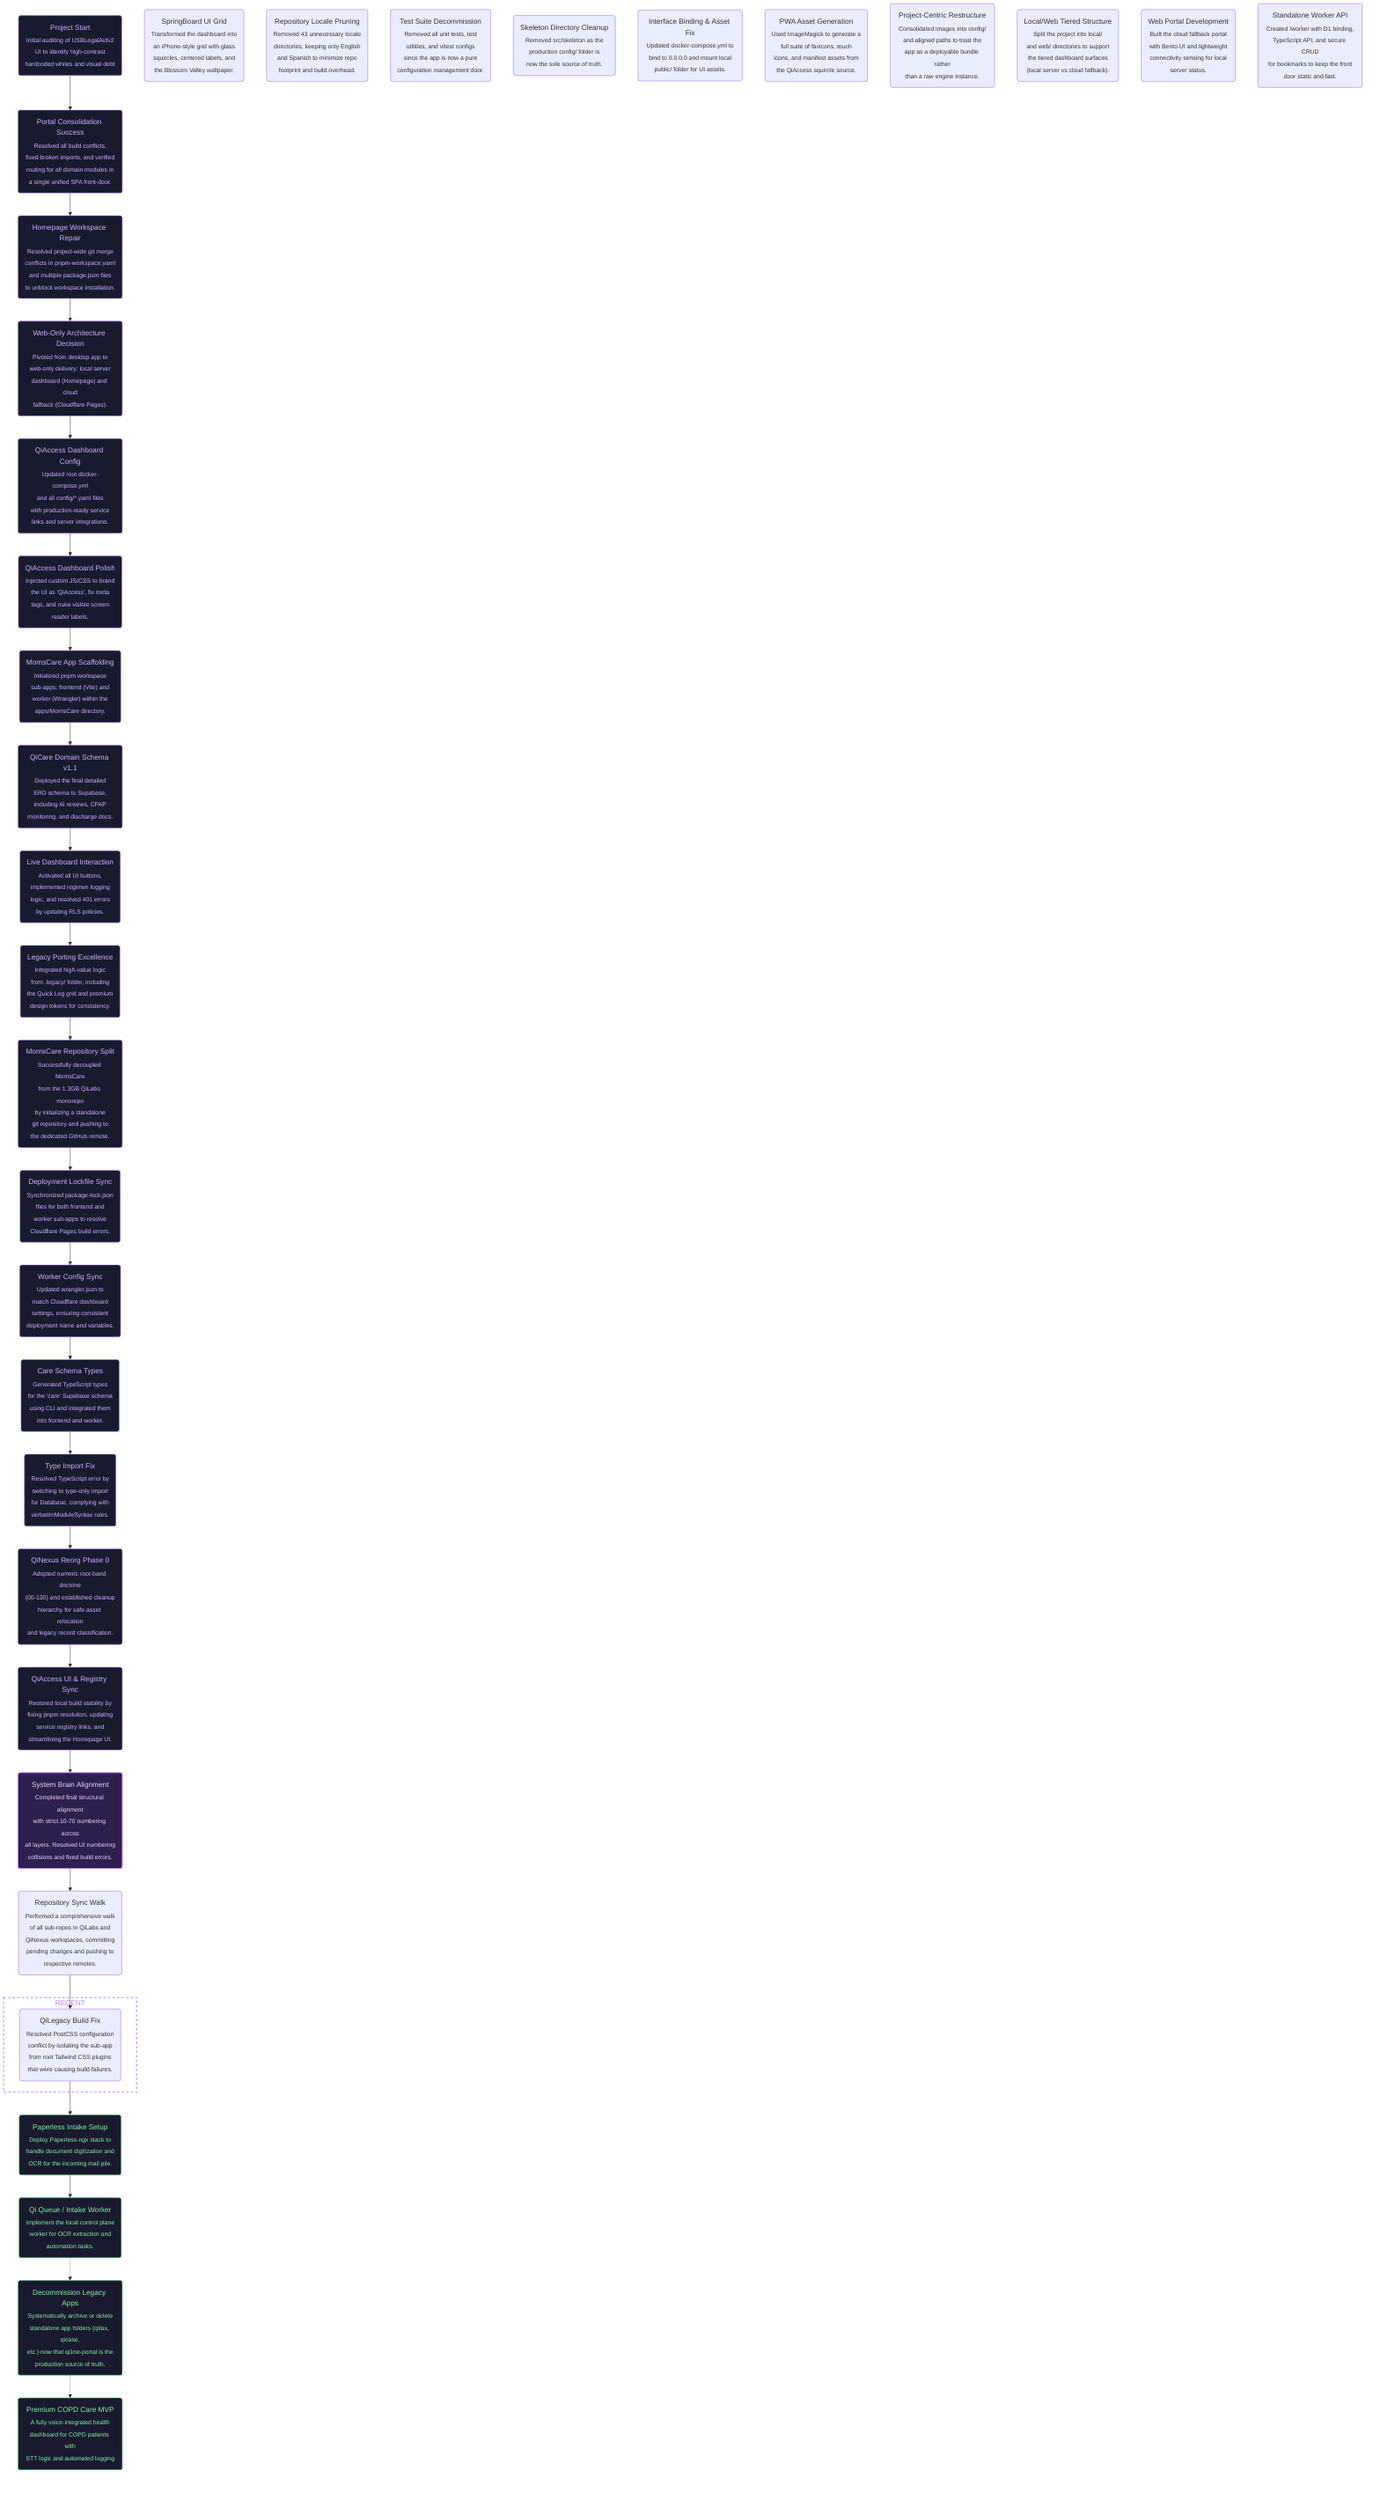
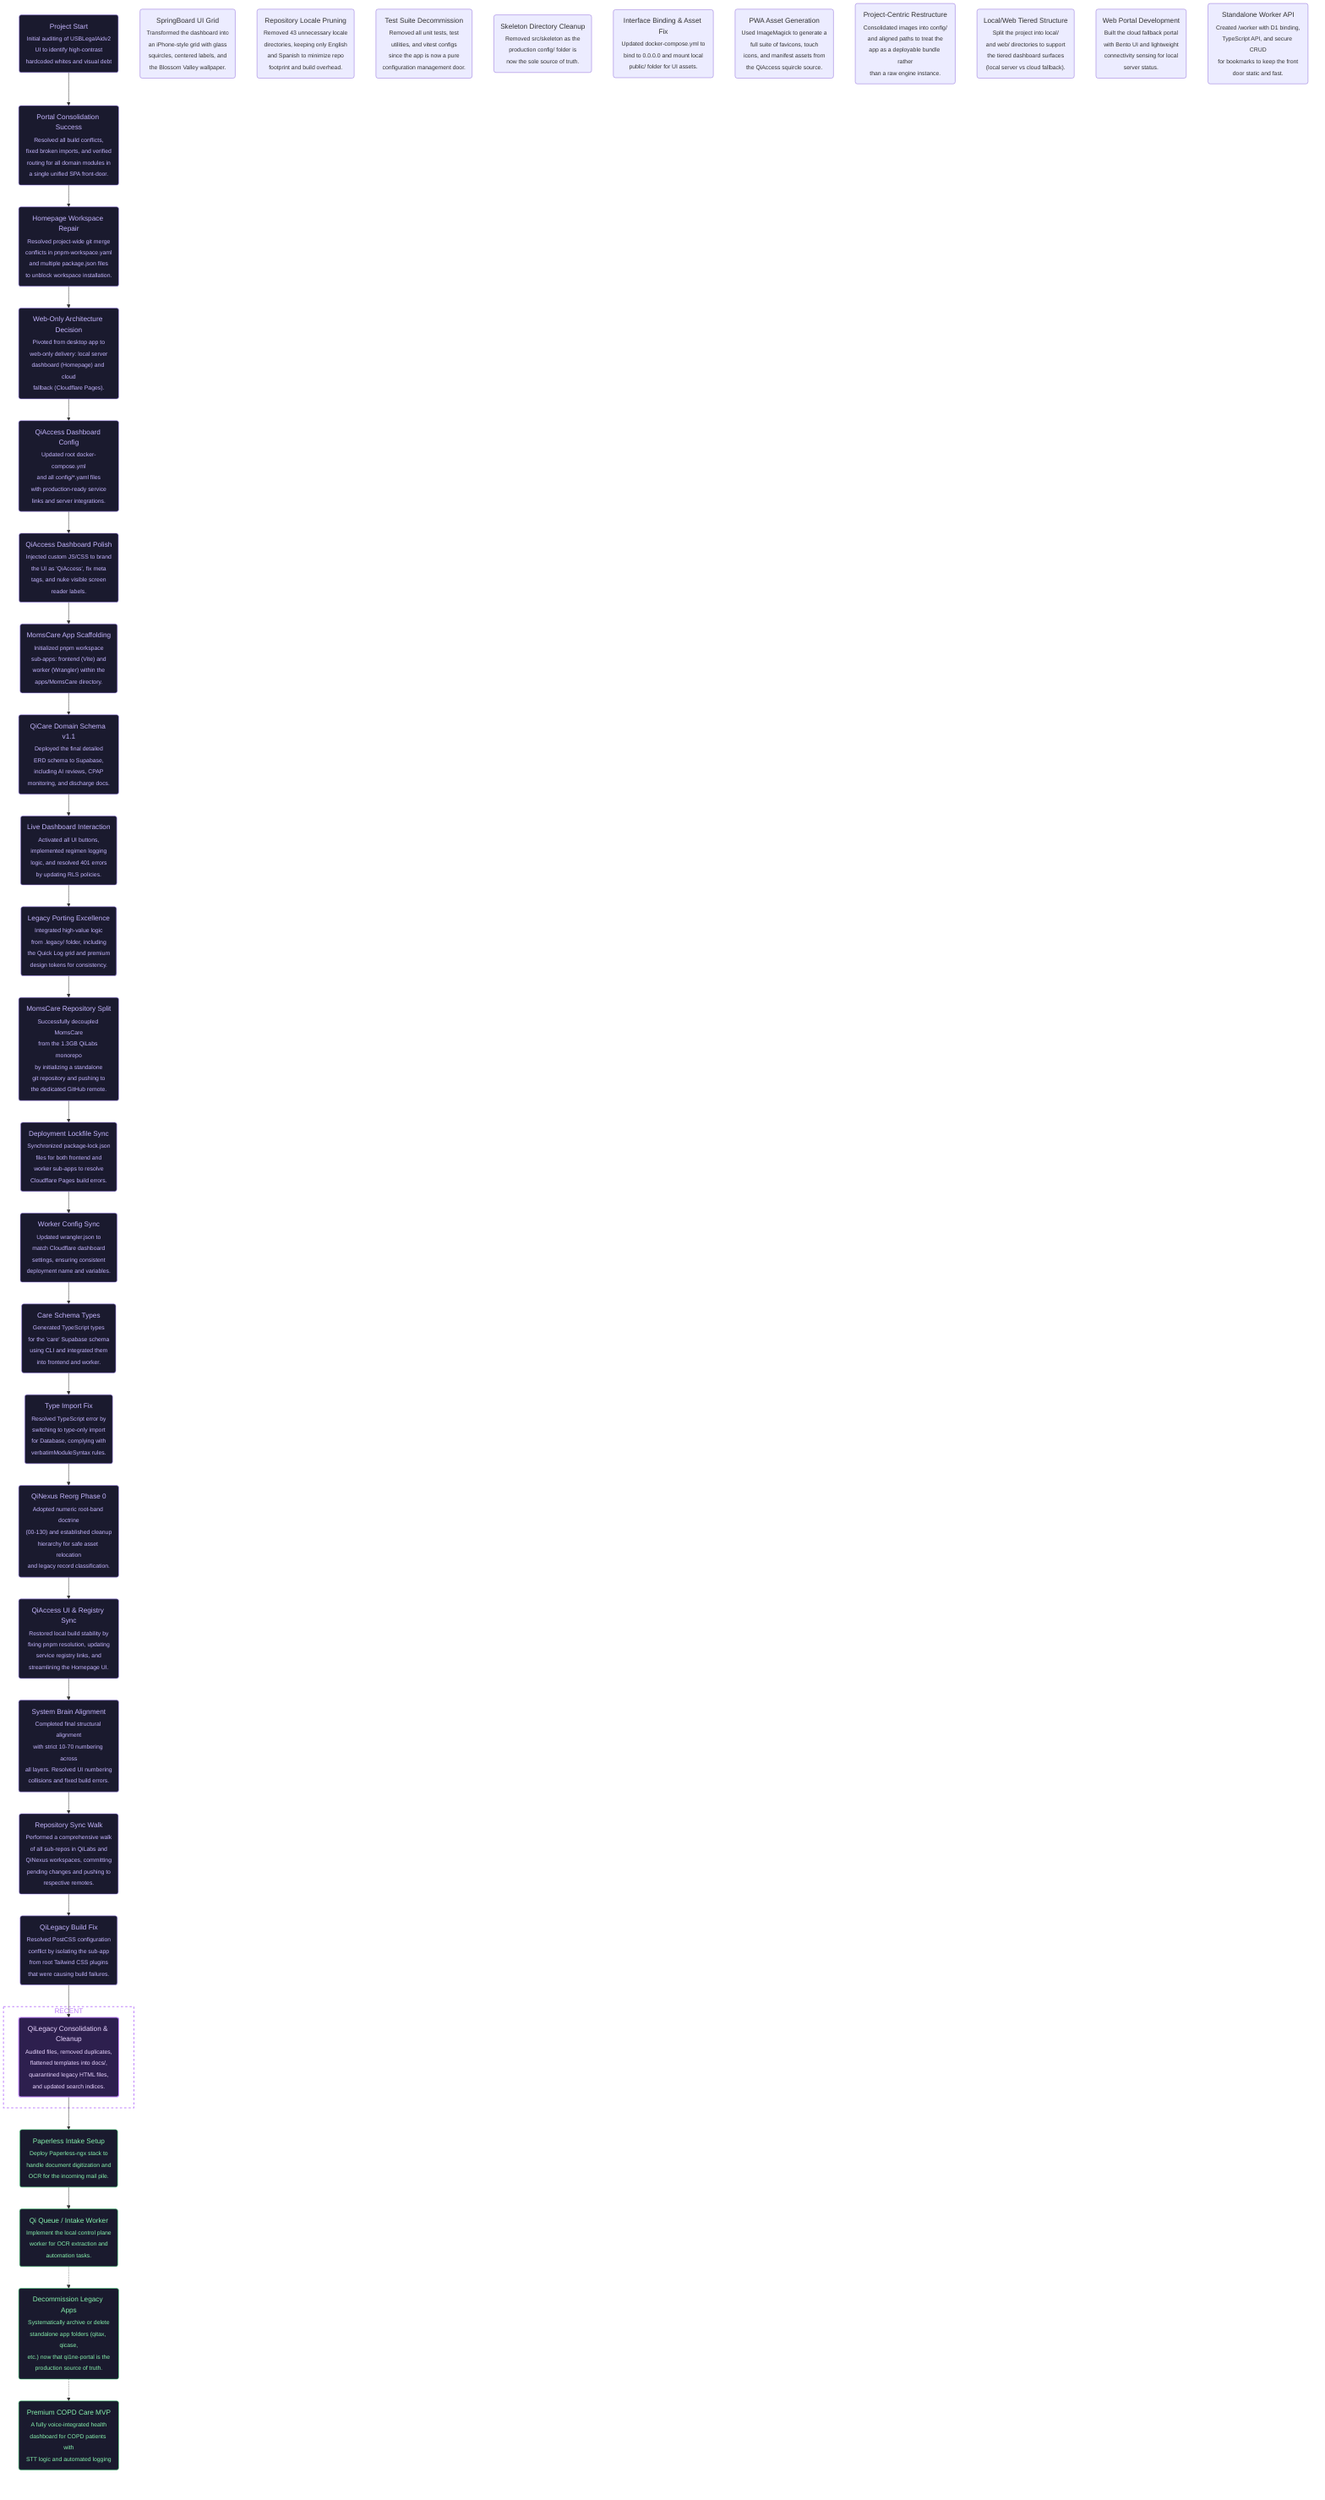
flowchart TD
    %% === PROJECT GOALS ===
    %% Ultimate Goal: Premium Glassmorphic COPD Care MVP (QiHome / Mom Care)
    %% Current Goal: MomsCare MVP Development (Today Screen + Schema)

    %% === START ===
    %% @project_start [start, closed, 2026-04-04, nam]
    project_start("Project Start<br/><sub>Initial auditing of USBLegalAidv2<br/>UI to identify high-contrast<br/>hardcoded whites and visual debt</sub>")

    %% @ultimate_goal [end, opened, 2026-04-09, nam]
    ultimate_goal("Premium COPD Care MVP<br/><sub>A fully voice-integrated health<br/>dashboard for COPD patients with<br/>STT logic and automated logging</sub>")

    %% === COMPLETED WORK ===
    %% @consolidation_success [ai-task, closed, 2026-04-19, nam]
    consolidation_success("Portal Consolidation Success<br/><sub>Resolved all build conflicts,<br/>fixed broken imports, and verified<br/>routing for all domain modules in<br/>a single unified SPA front-door.</sub>")

    %% @homepage_setup [ai-task, closed, 2026-04-21, nam]
    homepage_setup("Homepage Workspace Repair<br/><sub>Resolved project-wide git merge<br/>conflicts in pnpm-workspace.yaml<br/>and multiple package.json files<br/>to unblock workspace installation.</sub>")

    %% @web_only_decision [human-task, closed, 2026-04-21, user]
    web_only_decision("Web-Only Architecture Decision<br/><sub>Pivoted from desktop app to<br/>web-only delivery: local server<br/>dashboard (Homepage) and cloud<br/>fallback (Cloudflare Pages).</sub>")

    %% @homepage_config [ai-task, closed, 2026-04-21, nam]
    homepage_config("QiAccess Dashboard Config<br/><sub>Updated root docker-compose.yml<br/>and all config/*.yaml files<br/>with production-ready service<br/>links and server integrations.</sub>")

    %% @homepage_polish [ai-task, closed, 2026-04-21, nam]
    homepage_polish("QiAccess Dashboard Polish<br/><sub>Injected custom JS/CSS to brand<br/>the UI as 'QiAccess', fix meta<br/>tags, and nuke visible screen<br/>reader labels.</sub>")

    %% @springboard_ui [ai-task, closed, 2026-04-21, nam]
    springboard_ui("SpringBoard UI Grid<br/><sub>Transformed the dashboard into<br/>an iPhone-style grid with glass<br/>squircles, centered labels, and<br/>the Blossom Valley wallpaper.</sub>")

    %% @repo_pruning [ai-task, closed, 2026-04-21, nam]
    repo_pruning("Repository Locale Pruning<br/><sub>Removed 43 unnecessary locale<br/>directories, keeping only English<br/>and Spanish to minimize repo<br/>footprint and build overhead.</sub>")

    %% @test_pruning [ai-task, closed, 2026-04-21, nam]
    test_pruning("Test Suite Decommission<br/><sub>Removed all unit tests, test<br/>utilities, and vitest configs<br/>since the app is now a pure<br/>configuration management door.</sub>")

    %% @skeleton_removal [ai-task, closed, 2026-04-21, nam]
    skeleton_removal("Skeleton Directory Cleanup<br/><sub>Removed src/skeleton as the<br/>production config/ folder is<br/>now the sole source of truth.</sub>")

    %% @compose_v3_fix [ai-task, closed, 2026-04-21, nam]
    compose_v3_fix("Interface Binding & Asset Fix<br/><sub>Updated docker-compose.yml to<br/>bind to 0.0.0.0 and mount local<br/>public/ folder for UI assets.</sub>")

    %% @pwa_asset_generation [ai-task, closed, 2026-04-21, nam]
    pwa_asset_generation("PWA Asset Generation<br/><sub>Used ImageMagick to generate a<br/>full suite of favicons, touch<br/>icons, and manifest assets from<br/>the QiAccess squircle source.</sub>")

    %% @project_centric_restructure [ai-task, closed, 2026-04-21, nam]
    project_centric_restructure("Project-Centric Restructure<br/><sub>Consolidated images into config/<br/>and aligned paths to treat the<br/>app as a deployable bundle rather<br/>than a raw engine instance.</sub>")

    %% @local_web_split [ai-task, closed, 2026-04-21, nam]
    local_web_split("Local/Web Tiered Structure<br/><sub>Split the project into local/<br/>and web/ directories to support<br/>the tiered dashboard surfaces<br/>(local server vs cloud fallback).</sub>")

    %% @web_portal_dev [ai-task, closed, 2026-04-21, nam]
    web_portal_dev("Web Portal Development<br/><sub>Built the cloud fallback portal<br/>with Bento UI and lightweight<br/>connectivity sensing for local<br/>server status.</sub>")

    %% @worker_api_dev [ai-task, closed, 2026-04-21, nam]
    worker_api_dev("Standalone Worker API<br/><sub>Created /worker with D1 binding,<br/>TypeScript API, and secure CRUD<br/>for bookmarks to keep the front<br/>door static and fast.</sub>")

    %% === COMPLETED WORK ===
    %% @moms_care_scaffold [ai-task, closed, 2026-04-21, nam]
    moms_care_scaffold("MomsCare App Scaffolding<br/><sub>Initialized pnpm workspace<br/>sub-apps: frontend (Vite) and<br/>worker (Wrangler) within the<br/>apps/MomsCare directory.</sub>")

    %% @moms_care_schema [ai-task, closed, 2026-04-21, nam]
    moms_care_schema("QiCare Domain Schema v1.1<br/><sub>Deployed the final detailed<br/>ERD schema to Supabase,<br/>including AI reviews, CPAP<br/>monitoring, and discharge docs.</sub>")

    %% @live_dashboard_interaction [ai-task, closed, 2026-04-21, nam]
    live_dashboard_interaction("Live Dashboard Interaction<br/><sub>Activated all UI buttons,<br/>implemented regimen logging<br/>logic, and resolved 401 errors<br/>by updating RLS policies.</sub>")

    %% @legacy_port [ai-task, closed, 2026-04-21, nam]
    legacy_port("Legacy Porting Excellence<br/><sub>Integrated high-value logic<br/>from .legacy/ folder, including<br/>the Quick Log grid and premium<br/>design tokens for consistency.</sub>")

    %% @momscare_repo_split [ai-task, closed, 2026-04-21, nam]
    momscare_repo_split("MomsCare Repository Split<br/><sub>Successfully decoupled MomsCare<br/>from the 1.3GB QiLabs monorepo<br/>by initializing a standalone<br/>git repository and pushing to<br/>the dedicated GitHub remote.</sub>")

    %% @deployment_lockfile_fix [ai-task, closed, 2026-04-21, nam]
    deployment_lockfile_fix("Deployment Lockfile Sync<br/><sub>Synchronized package-lock.json<br/>files for both frontend and<br/>worker sub-apps to resolve<br/>Cloudflare Pages build errors.</sub>")

    %% @worker_config_sync [ai-task, closed, 2026-04-21, nam]
    worker_config_sync("Worker Config Sync<br/><sub>Updated wrangler.json to<br/>match Cloudflare dashboard<br/>settings, ensuring consistent<br/>deployment name and variables.</sub>")

    %% @care_schema_types [ai-task, closed, 2026-04-21, nam]
    care_schema_types("Care Schema Types<br/><sub>Generated TypeScript types<br/>for the 'care' Supabase schema<br/>using CLI and integrated them<br/>into frontend and worker.</sub>")

    %% @type_import_fix [ai-task, closed, 2026-04-21, nam]
    type_import_fix("Type Import Fix<br/><sub>Resolved TypeScript error by<br/>switching to type-only import<br/>for Database, complying with<br/>verbatimModuleSyntax rules.</sub>")

    %% @qinexus_reorg_ph0 [ai-task, closed, 2026-05-10, antigravity]
    qinexus_reorg_ph0("QiNexus Reorg Phase 0<br/><sub>Adopted numeric root-band doctrine<br/>(00-130) and established cleanup<br/>hierarchy for safe asset relocation<br/>and legacy record classification.</sub>")

    %% @qiaccess_ui_repair [ai-task, closed, 2026-05-10, antigravity]
    qiaccess_ui_repair("QiAccess UI & Registry Sync<br/><sub>Restored local build stability by<br/>fixing pnpm resolution, updating<br/>service registry links, and<br/>streamlining the Homepage UI.</sub>")

    %% @brain_alignment_final [ai-task, closed, 2026-05-12, antigravity]
    brain_alignment_final("System Brain Alignment<br/><sub>Completed final structural alignment<br/>with strict 10-70 numbering across<br/>all layers. Resolved UI numbering<br/>collisions and fixed build errors.</sub>")

    %% === COMPLETED WORK ===
    %% @repo_sync_walk [ai-task, closed, 2026-05-15, antigravity]
    repo_sync_walk("Repository Sync Walk<br/><sub>Performed a comprehensive walk<br/>of all sub-repos in QiLabs and<br/>QiNexus workspaces, committing<br/>pending changes and pushing to<br/>respective remotes.</sub>")

    %% @qilegacy_build_fix [ai-task, closed, 2026-05-15, antigravity]
    qilegacy_build_fix("QiLegacy Build Fix<br/><sub>Resolved PostCSS configuration<br/>conflict by isolating the sub-app<br/>from root Tailwind CSS plugins<br/>that were causing build failures.</sub>")

+     %% @qilegacy_restructure_cleanup [ai-task, closed, 2026-05-19, antigravity]
+     qilegacy_restructure_cleanup("QiLegacy Consolidation & Cleanup<br/><sub>Audited files, removed duplicates,<br/>flattened templates into docs/,<br/>quarantined legacy HTML files,<br/>and updated search indices.</sub>")
+ 
    %% === RECENT WORK ===
    subgraph recent [RECENT]
-         qilegacy_build_fix
+         qilegacy_restructure_cleanup
    end

    %% === FUTURE WORK ===
    %% @paperless_setup [ai-task, opened, 2026-04-21, nam]
    paperless_setup("Paperless Intake Setup<br/><sub>Deploy Paperless-ngx stack to<br/>handle document digitization and<br/>OCR for the incoming mail pile.</sub>")


    %% @qi_queue_worker [ai-task, opened, 2026-04-21, nam]
    qi_queue_worker("Qi Queue / Intake Worker<br/><sub>Implement the local control plane<br/>worker for OCR extraction and<br/>automation tasks.</sub>")

    %% @legacy_cleanup [human-task, opened, 2026-04-19, user]
    legacy_cleanup("Decommission Legacy Apps<br/><sub>Systematically archive or delete<br/>standalone app folders (qitax, qicase,<br/>etc.) now that qi1ne-portal is the<br/>production source of truth.</sub>")

    %% === CONNECTIONS ===
    project_start --> consolidation_success
    consolidation_success --> homepage_setup
    homepage_setup --> web_only_decision
    web_only_decision --> homepage_config
    homepage_config --> homepage_polish
    homepage_polish --> moms_care_scaffold
    moms_care_scaffold --> moms_care_schema
    moms_care_schema --> live_dashboard_interaction
    live_dashboard_interaction --> legacy_port
    legacy_port --> momscare_repo_split
    momscare_repo_split --> deployment_lockfile_fix
    deployment_lockfile_fix --> worker_config_sync
    worker_config_sync --> care_schema_types
    care_schema_types --> type_import_fix
    type_import_fix --> qinexus_reorg_ph0
    qinexus_reorg_ph0 --> qiaccess_ui_repair
    qiaccess_ui_repair --> brain_alignment_final
    brain_alignment_final --> repo_sync_walk
    repo_sync_walk --> qilegacy_build_fix
-     qilegacy_build_fix --> paperless_setup
+     qilegacy_build_fix --> qilegacy_restructure_cleanup
+     qilegacy_restructure_cleanup --> paperless_setup
    paperless_setup --> qi_queue_worker
    qi_queue_worker -.-> legacy_cleanup
    legacy_cleanup -.-> ultimate_goal

    %% === STYLES ===
    %% Closed tasks (soft purple)
    style project_start fill:#1a1a2e,stroke:#a78bfa,color:#c4b5fd,stroke-width:1px
    style consolidation_success fill:#1a1a2e,stroke:#a78bfa,color:#c4b5fd,stroke-width:1px
    style homepage_setup fill:#1a1a2e,stroke:#a78bfa,color:#c4b5fd,stroke-width:1px
    style web_only_decision fill:#1a1a2e,stroke:#a78bfa,color:#c4b5fd,stroke-width:1px
    style homepage_config fill:#1a1a2e,stroke:#a78bfa,color:#c4b5fd,stroke-width:1px
    style homepage_polish fill:#1a1a2e,stroke:#a78bfa,color:#c4b5fd,stroke-width:1px
    style moms_care_scaffold fill:#1a1a2e,stroke:#a78bfa,color:#c4b5fd,stroke-width:1px
    style moms_care_schema fill:#1a1a2e,stroke:#a78bfa,color:#c4b5fd,stroke-width:1px
    style live_dashboard_interaction fill:#1a1a2e,stroke:#a78bfa,color:#c4b5fd,stroke-width:1px
    style legacy_port fill:#1a1a2e,stroke:#a78bfa,color:#c4b5fd,stroke-width:1px
    style momscare_repo_split fill:#1a1a2e,stroke:#a78bfa,color:#c4b5fd,stroke-width:1px
    style deployment_lockfile_fix fill:#1a1a2e,stroke:#a78bfa,color:#c4b5fd,stroke-width:1px
    style worker_config_sync fill:#1a1a2e,stroke:#a78bfa,color:#c4b5fd,stroke-width:1px
    style care_schema_types fill:#1a1a2e,stroke:#a78bfa,color:#c4b5fd,stroke-width:1px
    style type_import_fix fill:#1a1a2e,stroke:#a78bfa,color:#c4b5fd,stroke-width:1px
    style qinexus_reorg_ph0 fill:#1a1a2e,stroke:#a78bfa,color:#c4b5fd,stroke-width:1px
    style qiaccess_ui_repair fill:#1a1a2e,stroke:#a78bfa,color:#c4b5fd,stroke-width:1px
+     style brain_alignment_final fill:#1a1a2e,stroke:#a78bfa,color:#c4b5fd,stroke-width:1px
+     style repo_sync_walk fill:#1a1a2e,stroke:#a78bfa,color:#c4b5fd,stroke-width:1px
+     style qilegacy_build_fix fill:#1a1a2e,stroke:#a78bfa,color:#c4b5fd,stroke-width:1px

    %% Recent node (highlighted purple)
-     style brain_alignment_final fill:#2d1f4e,stroke:#c084fc,color:#e9d5ff,stroke-width:2px
+     style qilegacy_restructure_cleanup fill:#2d1f4e,stroke:#c084fc,color:#e9d5ff,stroke-width:2px

    %% Recent subgraph (dashed border)
    style recent fill:transparent,stroke:#c084fc,color:#c084fc,stroke-width:2px,stroke-dasharray:5 5

    %% Open tasks (soft green)
    style ultimate_goal fill:#1a1a2e,stroke:#4ade80,color:#86efac,stroke-width:1px
    style legacy_cleanup fill:#1a1a2e,stroke:#4ade80,color:#86efac,stroke-width:1px
    style paperless_setup fill:#1a1a2e,stroke:#4ade80,color:#86efac,stroke-width:1px
    style qi_queue_worker fill:#1a1a2e,stroke:#4ade80,color:#86efac,stroke-width:1px
